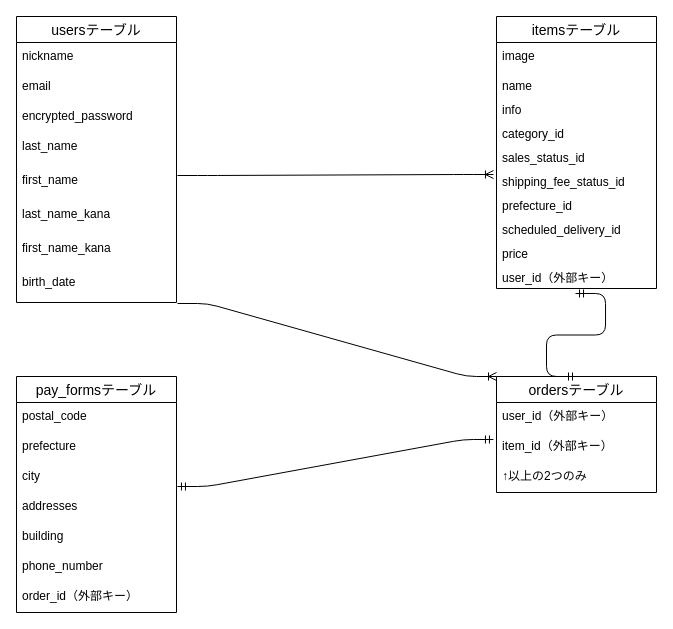
This is furima-37938.dio from Onthevillage/furima-37938, a draw.io file, before an edit. Source tidied: cells renumbered, new cells numbered last; positions are measured from the earlier drawing's top-left corner, leaving out a move shared by most shapes. Both pictures are drawn from the tidied source at 100%, with x=0, y=0 at pixel (16, 16).
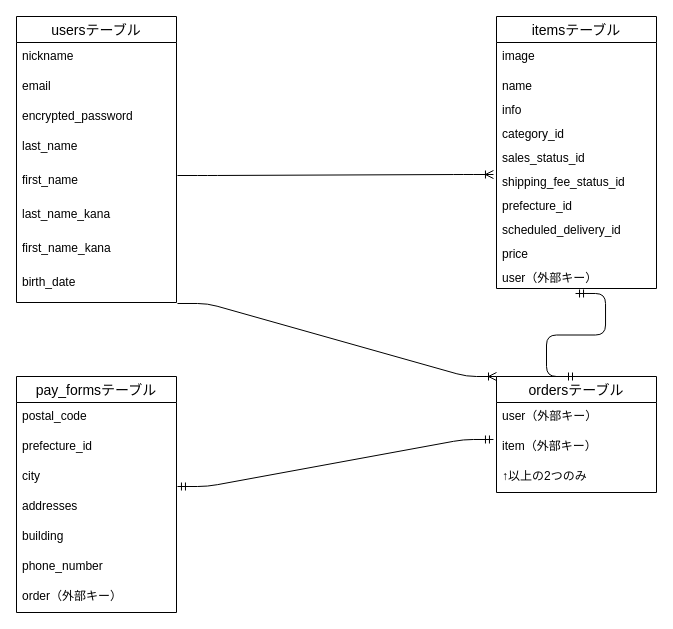
The same diagram, later.

Unchanged cells that the change refers to:
```xml
<mxCell id="11" value="itemsテーブル" style="swimlane;fontStyle=0;horizontal=1;startSize=26;align=center;fontSize=14;" parent="1" vertex="1">
  <mxGeometry x="480" width="160" height="272" as="geometry" />
</mxCell>
<mxCell id="22" value="ordersテーブル" style="swimlane;fontStyle=0;horizontal=1;startSize=26;align=center;fontSize=14;" parent="1" vertex="1">
  <mxGeometry x="480" y="360" width="160" height="116" as="geometry" />
</mxCell>
<mxCell id="26" value="pay_formsテーブル" style="swimlane;fontStyle=0;horizontal=1;startSize=26;align=center;fontSize=14;" parent="1" vertex="1">
  <mxGeometry y="360" width="160" height="236" as="geometry" />
</mxCell>
```

The edit, as a diff of the source:
```diff
@@
-    <mxCell id="21" value="user_id（外部キー）" style="text;strokeColor=none;fillColor=none;spacingLeft=4;spacingRight=4;overflow=hidden;points=[[0,0.5],[1,0.5]];portConstraint=eastwest;fontSize=12;" parent="11" vertex="1">
+    <mxCell id="21" value="user（外部キー）" style="text;strokeColor=none;fillColor=none;spacingLeft=4;spacingRight=4;overflow=hidden;points=[[0,0.5],[1,0.5]];portConstraint=eastwest;fontSize=12;" parent="11" vertex="1">
       <mxGeometry y="248" width="160" height="24" as="geometry" />
     </mxCell>
@@
-    <mxCell id="23" value="user_id（外部キー）" style="text;strokeColor=none;fillColor=none;spacingLeft=4;spacingRight=4;overflow=hidden;fontSize=12;" parent="22" vertex="1">
+    <mxCell id="23" value="user（外部キー）" style="text;strokeColor=none;fillColor=none;spacingLeft=4;spacingRight=4;overflow=hidden;fontSize=12;" parent="22" vertex="1">
       <mxGeometry y="26" width="160" height="30" as="geometry" />
     </mxCell>
-    <mxCell id="24" value="item_id（外部キー）" style="text;strokeColor=none;fillColor=none;spacingLeft=4;spacingRight=4;overflow=hidden;points=[[0,0.5],[1,0.5]];portConstraint=eastwest;fontSize=12;" parent="22" vertex="1">
+    <mxCell id="24" value="item（外部キー）" style="text;strokeColor=none;fillColor=none;spacingLeft=4;spacingRight=4;overflow=hidden;points=[[0,0.5],[1,0.5]];portConstraint=eastwest;fontSize=12;" parent="22" vertex="1">
       <mxGeometry y="56" width="160" height="30" as="geometry" />
     </mxCell>
@@
-    <mxCell id="28" value="prefecture" style="text;strokeColor=none;fillColor=none;spacingLeft=4;spacingRight=4;overflow=hidden;fontSize=12;" parent="26" vertex="1">
+    <mxCell id="28" value="prefecture_id" style="text;strokeColor=none;fillColor=none;spacingLeft=4;spacingRight=4;overflow=hidden;fontSize=12;" parent="26" vertex="1">
       <mxGeometry y="56" width="160" height="30" as="geometry" />
     </mxCell>
@@
-    <mxCell id="33" value="order_id（外部キー）" style="text;strokeColor=none;fillColor=none;spacingLeft=4;spacingRight=4;overflow=hidden;fontSize=12;" parent="26" vertex="1">
+    <mxCell id="33" value="order（外部キー）" style="text;strokeColor=none;fillColor=none;spacingLeft=4;spacingRight=4;overflow=hidden;fontSize=12;" parent="26" vertex="1">
       <mxGeometry y="206" width="160" height="30" as="geometry" />
     </mxCell>
```
